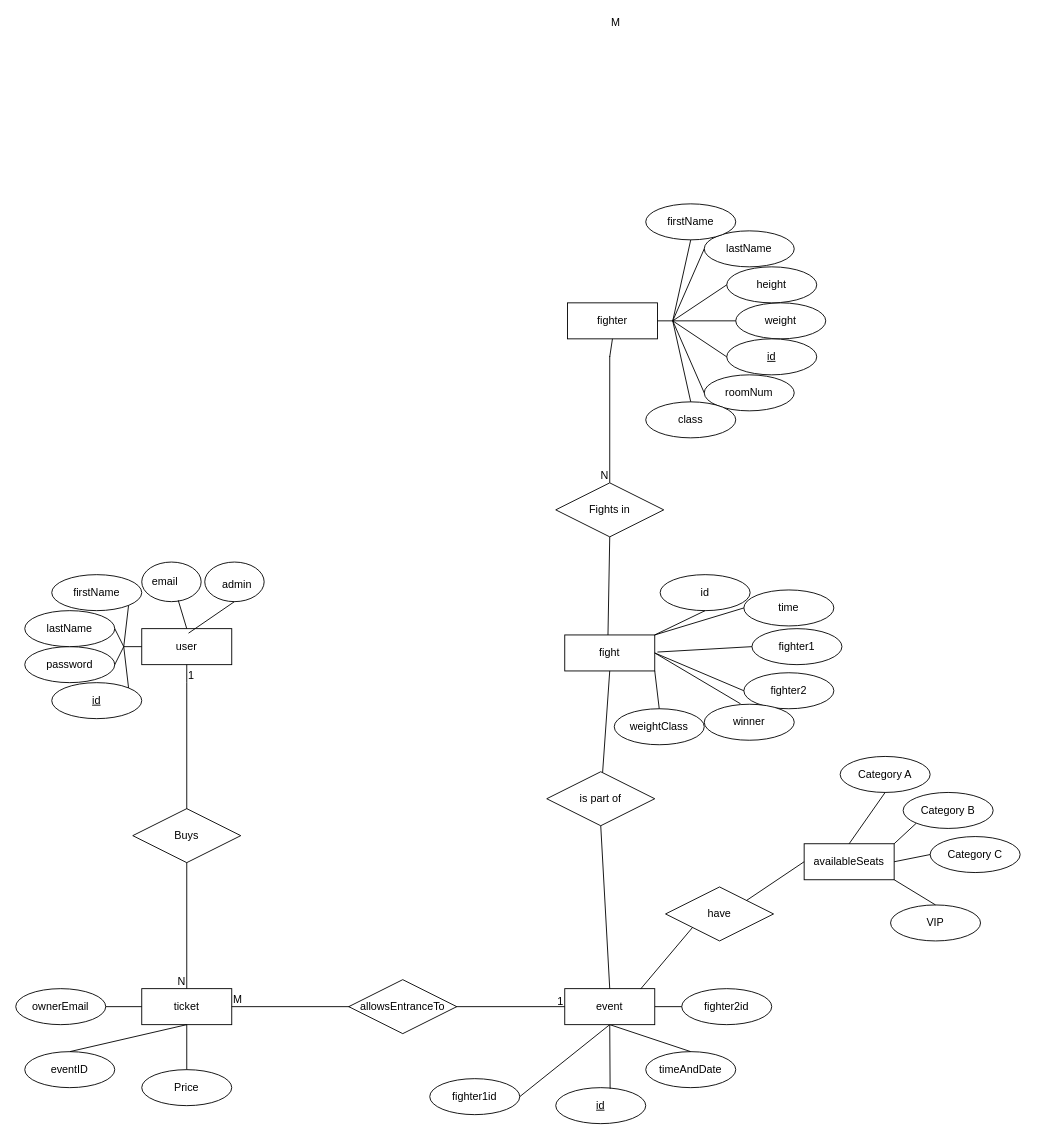
Above: ER diagram/erkursovoproektirane.drawio in MartoKartechnicata/kurs-ov_proekt (draw.io), before the change. Source tidied: cells renumbered, new cells numbered last; positions are measured from the earlier drawing's top-left corner, leaving out a move shared by most shapes. Both pictures are drawn from the tidied source at 90%, with x=0, y=0 at pixel (15, 203).
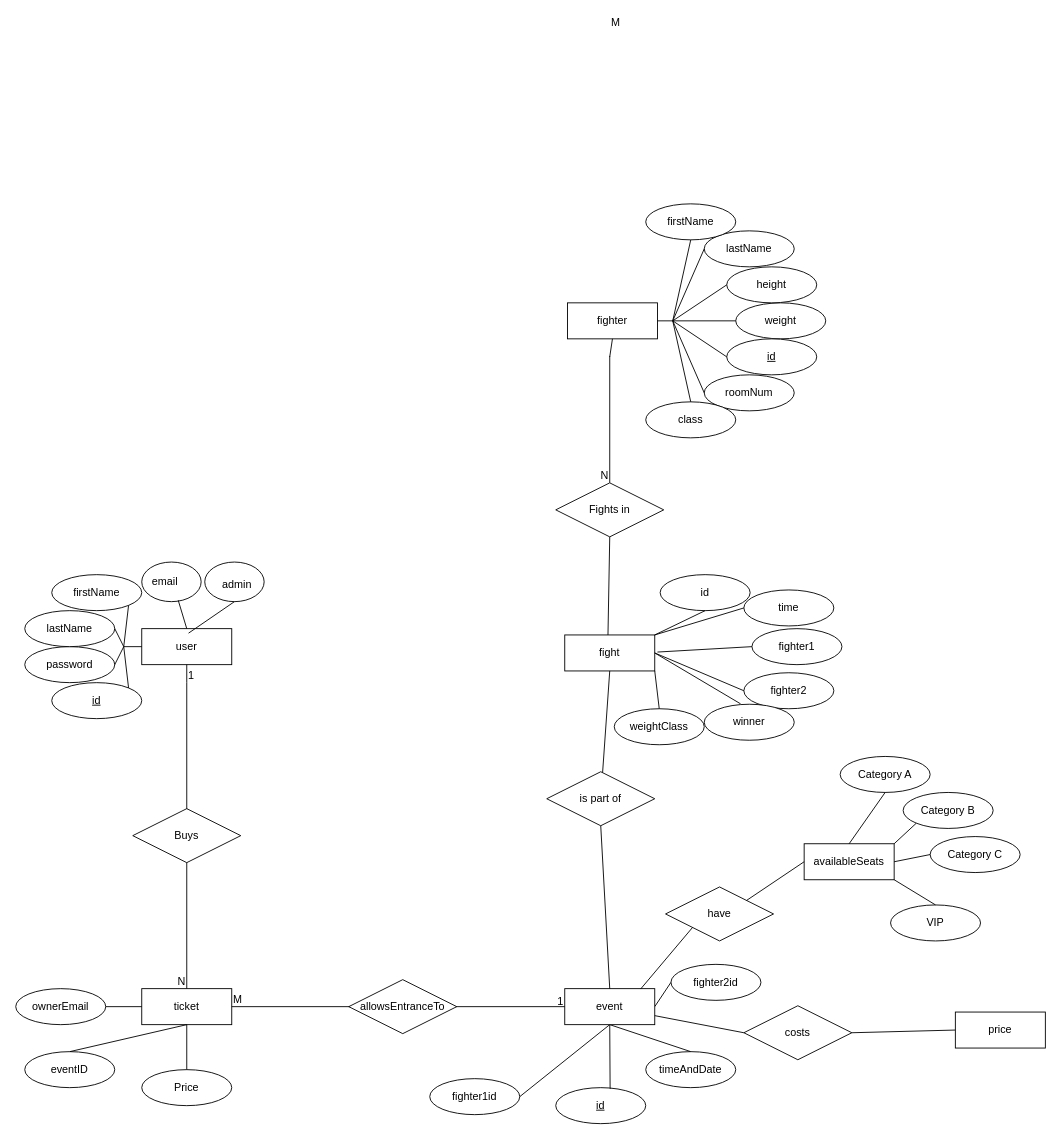
The same diagram, later.

Unchanged cells that the change refers to:
```xml
<mxCell id="41" value="event" style="whiteSpace=wrap;html=1;align=center;" parent="1" vertex="1">
  <mxGeometry x="610" y="872" width="100" height="40" as="geometry" />
</mxCell>
```

The edit, as a diff of the source:
```diff
@@
     <mxCell id="33" value="fighter2id" style="ellipse;whiteSpace=wrap;html=1;align=center;" parent="1" vertex="1">
-      <mxGeometry x="740" y="872" width="100" height="40" as="geometry" />
+      <mxGeometry x="728" y="845" width="100" height="40" as="geometry" />
     </mxCell>
@@
+    <mxCell id="95" value="price" style="whiteSpace=wrap;html=1;align=center;" parent="1" vertex="1">
+      <mxGeometry x="1044" y="898" width="100" height="40" as="geometry" />
+    </mxCell>
+    <mxCell id="96" value="costs" style="shape=rhombus;perimeter=rhombusPerimeter;whiteSpace=wrap;html=1;align=center;" parent="1" vertex="1">
+      <mxGeometry x="809" y="891" width="120" height="60" as="geometry" />
+    </mxCell>
+    <mxCell id="97" style="endArrow=none;html=1;rounded=0;exitX=1;exitY=0.75;exitDx=0;exitDy=0;entryX=0;entryY=0.5;entryDx=0;entryDy=0;" parent="1" edge="1" source="41" target="96">
+      <mxGeometry relative="1" as="geometry" />
+    </mxCell>
+    <mxCell id="98" style="endArrow=none;html=1;rounded=0;exitX=0;exitY=0.5;exitDx=0;exitDy=0;entryX=1;entryY=0.5;entryDx=0;entryDy=0;" parent="1" edge="1" source="95" target="96">
+      <mxGeometry relative="1" as="geometry" />
+    </mxCell>
```
